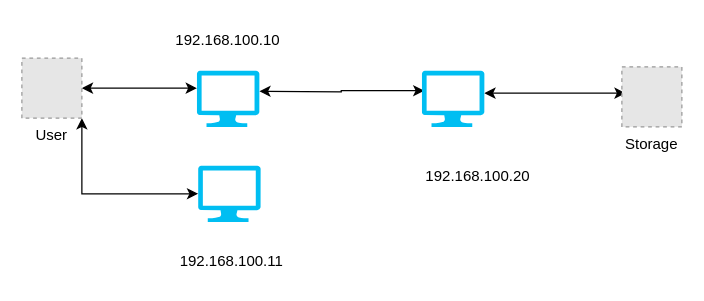
This is images/draw/topology2.drawio from rramur/lab, a draw.io file, before an edit. Source tidied: cells renumbered, new cells numbered last; positions are measured from the earlier drawing's top-left corner, leaving out a move shared by most shapes. Both pictures are drawn from the tidied source at 125%, with x=0, y=0 at pixel (21, 21). Pictures stored in the file or linked from it are replaced by grey dashed boxes.
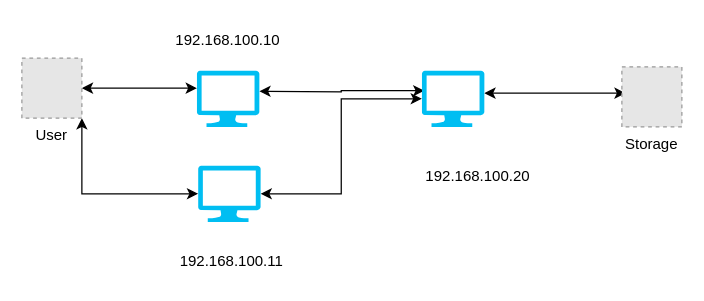
Above is the later version.

Diff of the diagram source:
```diff
@@
 <mxGraphModel>
   <root>
     <mxCell id="0" />
     <mxCell id="1" parent="0" />
     <mxCell id="2" style="edgeStyle=orthogonalEdgeStyle;rounded=0;jettySize=auto;html=1;startArrow=classic;startFill=1;" parent="1" edge="1" source="4" target="6">
       <mxGeometry relative="1" as="geometry">
         <Array as="points">
           <mxPoint x="100" y="53" />
           <mxPoint x="100" y="53" />
         </Array>
       </mxGeometry>
     </mxCell>
     <mxCell id="3" style="edgeStyle=orthogonalEdgeStyle;rounded=0;jettySize=auto;html=1;exitX=1;exitY=1;exitDx=0;exitDy=0;entryX=0;entryY=0.5;entryDx=0;entryDy=0;entryPerimeter=0;startArrow=classic;startFill=1;" parent="1" edge="1" source="4" target="12">
       <mxGeometry relative="1" as="geometry" />
     </mxCell>
     <mxCell id="4" value="User" style="fillColor=#E6E6E6;strokeColor=#999999;dashed=1;verticalLabelPosition=bottom;verticalAlign=top;labelBackgroundColor=#ffffff;" parent="1" vertex="1">
       <mxGeometry y="29" width="48" height="48" as="geometry" />
     </mxCell>
     <mxCell id="5" style="edgeStyle=orthogonalEdgeStyle;rounded=0;jettySize=auto;html=1;entryX=0.04;entryY=0.356;entryDx=0;entryDy=0;entryPerimeter=0;startArrow=classic;startFill=1;" parent="1" edge="1" target="8">
       <mxGeometry relative="1" as="geometry">
         <mxPoint x="190" y="55.5" as="sourcePoint" />
       </mxGeometry>
     </mxCell>
     <mxCell id="6" style="verticalLabelPosition=bottom;html=1;verticalAlign=top;align=center;strokeColor=none;fillColor=#00BEF2;shape=mxgraph.azure.computer;" parent="1" vertex="1">
       <mxGeometry x="140" y="39" width="50" height="45" as="geometry" />
     </mxCell>
     <mxCell id="7" style="edgeStyle=orthogonalEdgeStyle;rounded=0;jettySize=auto;html=1;startArrow=classic;startFill=1;" parent="1" edge="1" source="8">
       <mxGeometry relative="1" as="geometry">
         <mxPoint x="483" y="57" as="targetPoint" />
         <Array as="points">
           <mxPoint x="400" y="57" />
           <mxPoint x="400" y="57" />
         </Array>
       </mxGeometry>
     </mxCell>
     <mxCell id="8" style="verticalLabelPosition=bottom;html=1;verticalAlign=top;align=center;strokeColor=none;fillColor=#00BEF2;shape=mxgraph.azure.computer;" parent="1" vertex="1">
       <mxGeometry x="320" y="39" width="50" height="45" as="geometry" />
     </mxCell>
     <mxCell id="9" value="Storage" style="fillColor=#E6E6E6;strokeColor=#999999;dashed=1;verticalLabelPosition=bottom;verticalAlign=top;labelBackgroundColor=#ffffff;" parent="1" vertex="1">
       <mxGeometry x="480" y="36" width="48" height="48" as="geometry" />
     </mxCell>
     <mxCell id="10" value="192.168.100.10" style="text;html=1;strokeColor=none;fillColor=none;align=center;verticalAlign=middle;whiteSpace=wrap;rounded=0;" parent="1" vertex="1">
       <mxGeometry x="100" width="130" height="30" as="geometry" />
     </mxCell>
     <mxCell id="11" value="192.168.100.20" style="text;html=1;strokeColor=none;fillColor=none;align=center;verticalAlign=middle;whiteSpace=wrap;rounded=0;" parent="1" vertex="1">
       <mxGeometry x="300" y="109" width="130" height="30" as="geometry" />
     </mxCell>
+    <mxCell id="14" style="edgeStyle=orthogonalEdgeStyle;rounded=0;jettySize=auto;html=1;exitX=1;exitY=0.5;exitDx=0;exitDy=0;exitPerimeter=0;entryX=0;entryY=0.5;entryDx=0;entryDy=0;entryPerimeter=0;startArrow=classic;startFill=1;" parent="1" edge="1" source="12" target="8">
+      <mxGeometry relative="1" as="geometry" />
+    </mxCell>
     <mxCell id="12" style="verticalLabelPosition=bottom;html=1;verticalAlign=top;align=center;strokeColor=none;fillColor=#00BEF2;shape=mxgraph.azure.computer;" parent="1" vertex="1">
       <mxGeometry x="141" y="115" width="50" height="45" as="geometry" />
     </mxCell>
     <mxCell id="13" value="192.168.100.11" style="text;html=1;strokeColor=none;fillColor=none;align=center;verticalAlign=middle;whiteSpace=wrap;rounded=0;" parent="1" vertex="1">
       <mxGeometry x="103" y="177" width="130" height="30" as="geometry" />
     </mxCell>
   </root>
 </mxGraphModel>
```
